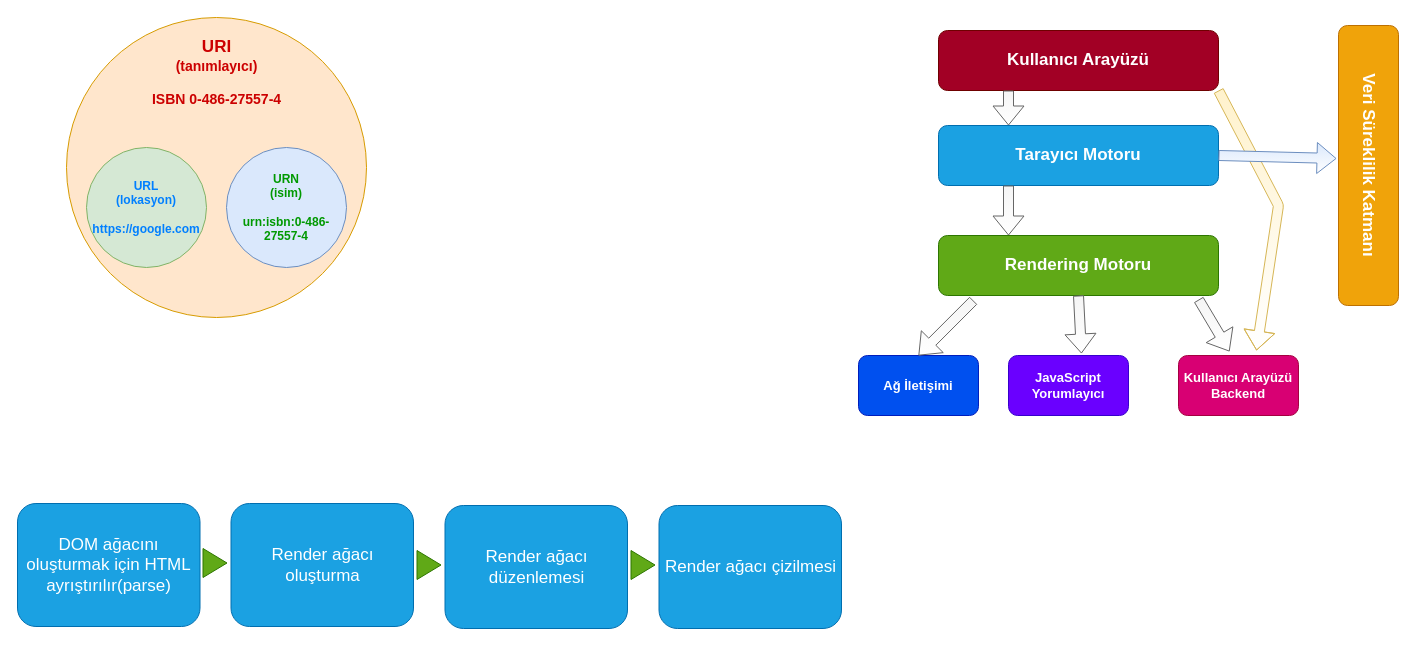
Before: page "BROWSERS" (6 of 7) of workspace/blog-charts.drawio in aysedemirel/aysedemirel.github.io, a draw.io diagram. Source tidied: cells renumbered, new cells numbered last; positions are measured from the earlier drawing's top-left corner, leaving out a move shared by most shapes. Both pictures are drawn from the tidied source at 100%, with x=0, y=0 at pixel (17, 17).
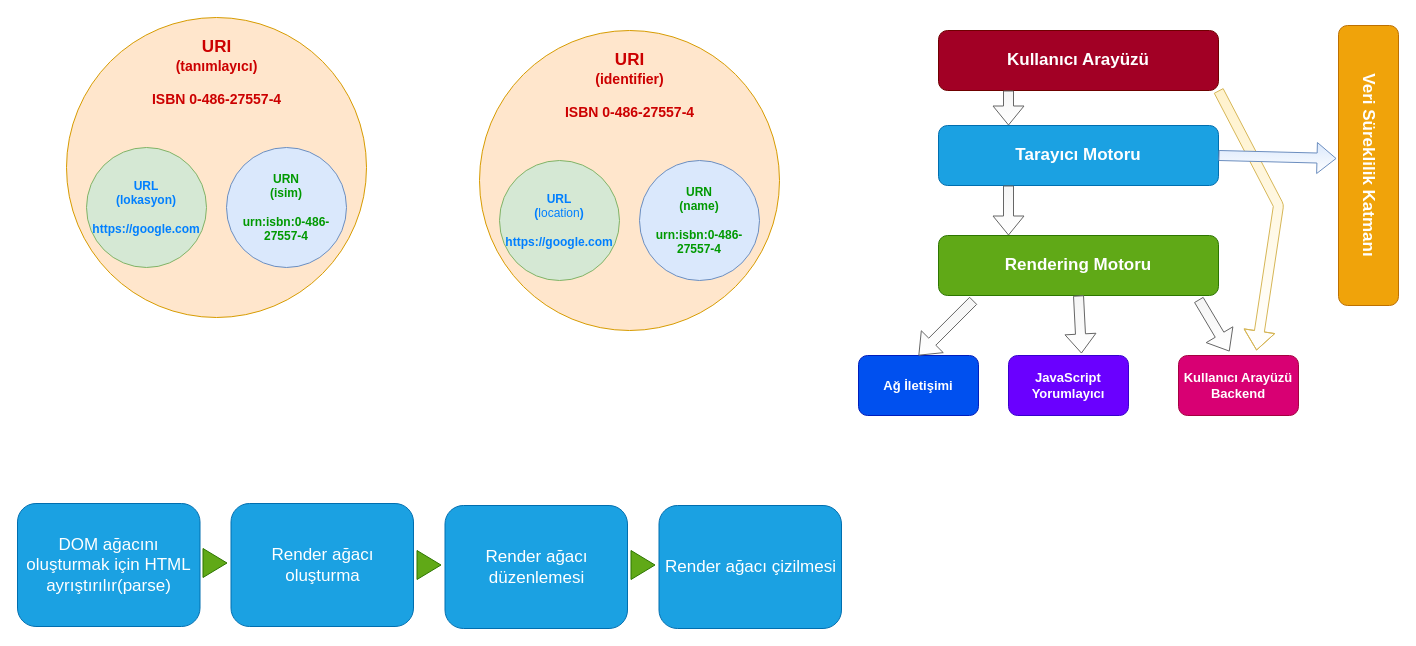
Above is the later version.

What changed in the source:
```diff
@@
+    <mxCell id="27" style="ellipse;whiteSpace=wrap;html=1;fillColor=#ffe6cc;strokeColor=#d79b00;" parent="1" vertex="1">
+      <mxGeometry x="462" y="13" width="300" height="300" as="geometry" />
+    </mxCell>
+    <mxCell id="28" value="&lt;b&gt;&lt;span&gt;URL&lt;/span&gt;&lt;br&gt;&lt;span&gt;(&lt;/span&gt;&lt;/b&gt;location&lt;b&gt;&lt;span&gt;)&lt;/span&gt;&lt;br&gt;&lt;br&gt;&lt;span&gt;https://google.com&lt;/span&gt;&lt;/b&gt;" style="ellipse;whiteSpace=wrap;html=1;fillColor=#d5e8d4;strokeColor=#82b366;fontColor=#007FFF;" parent="1" vertex="1">
+      <mxGeometry x="482" y="143" width="120" height="120" as="geometry" />
+    </mxCell>
+    <mxCell id="29" value="URN&lt;br&gt;(name)&lt;br&gt;&lt;br&gt;urn:isbn:0-486-27557-4" style="ellipse;whiteSpace=wrap;html=1;fillColor=#dae8fc;strokeColor=#6c8ebf;fontStyle=1;fontColor=#009900;" parent="1" vertex="1">
+      <mxGeometry x="622" y="143" width="120" height="120" as="geometry" />
+    </mxCell>
+    <mxCell id="30" value="&lt;font style=&quot;font-size: 17px&quot;&gt;URI&lt;/font&gt;&lt;br style=&quot;font-size: 14px&quot;&gt;(identifier)&lt;br style=&quot;font-size: 14px&quot;&gt;&lt;br style=&quot;font-size: 14px&quot;&gt;ISBN 0-486-27557-4" style="text;html=1;strokeColor=none;fillColor=none;align=center;verticalAlign=middle;whiteSpace=wrap;rounded=0;fontStyle=1;fontSize=14;fontColor=#CC0000;" parent="1" vertex="1">
+      <mxGeometry x="534.5" y="33" width="155" height="70" as="geometry" />
+    </mxCell>
```
